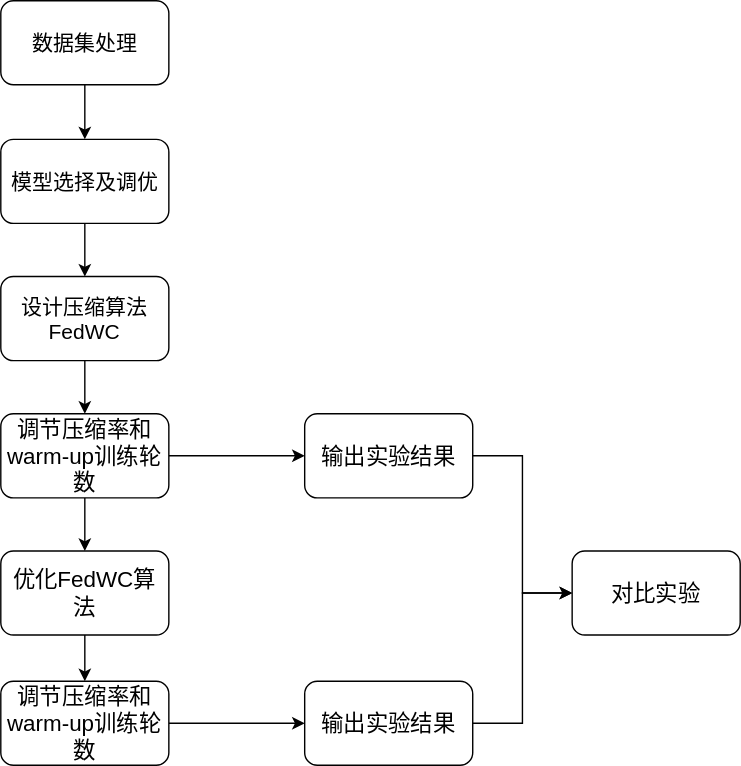
Before: 第一章图.svg, a diagram exported from draw.io (wardseptember/huitu). Source tidied: cells renumbered, new cells last; positions are measured from the earlier drawing's top-left corner, leaving out a move shared by most shapes. Source of this version:
```xml
<mxGraphModel>
  <root>
    <mxCell id="0" />
    <mxCell id="1" parent="0" />
    <mxCell id="2" style="edgeStyle=orthogonalEdgeStyle;rounded=0;jettySize=auto;html=1;exitX=0.5;exitY=1;exitDx=0;exitDy=0;fontSize=15;" parent="1" edge="1" source="3" target="5">
      <mxGeometry relative="1" as="geometry" />
    </mxCell>
    <mxCell id="3" value="&lt;font style=&quot;font-size: 15px&quot;&gt;数据集处理&lt;/font&gt;" style="rounded=1;whiteSpace=wrap;html=1;" parent="1" vertex="1">
      <mxGeometry width="120" height="60" as="geometry" />
    </mxCell>
    <mxCell id="4" style="edgeStyle=orthogonalEdgeStyle;rounded=0;jettySize=auto;html=1;exitX=0.5;exitY=1;exitDx=0;exitDy=0;entryX=0.5;entryY=0;entryDx=0;entryDy=0;fontSize=15;" parent="1" edge="1" source="5" target="7">
      <mxGeometry relative="1" as="geometry" />
    </mxCell>
    <mxCell id="5" value="&lt;font style=&quot;font-size: 15px&quot;&gt;模型选择及调优&lt;/font&gt;" style="rounded=1;whiteSpace=wrap;html=1;" parent="1" vertex="1">
      <mxGeometry y="99" width="120" height="60" as="geometry" />
    </mxCell>
    <mxCell id="6" style="edgeStyle=orthogonalEdgeStyle;rounded=0;jettySize=auto;html=1;fontSize=15;" parent="1" edge="1" source="7" target="10">
      <mxGeometry relative="1" as="geometry" />
    </mxCell>
    <mxCell id="7" value="&lt;span style=&quot;font-size: 15px&quot;&gt;设计压缩算法FedWC&lt;/span&gt;" style="rounded=1;whiteSpace=wrap;html=1;" parent="1" vertex="1">
      <mxGeometry y="197" width="120" height="60" as="geometry" />
    </mxCell>
    <mxCell id="8" style="edgeStyle=orthogonalEdgeStyle;rounded=0;jettySize=auto;html=1;exitX=0.5;exitY=1;exitDx=0;exitDy=0;entryX=0.5;entryY=0;entryDx=0;entryDy=0;fontSize=15;" parent="1" edge="1" source="10" target="12">
      <mxGeometry relative="1" as="geometry" />
    </mxCell>
    <mxCell id="9" style="edgeStyle=orthogonalEdgeStyle;rounded=0;jettySize=auto;html=1;exitX=1;exitY=0.5;exitDx=0;exitDy=0;entryX=0;entryY=0.5;entryDx=0;entryDy=0;fontSize=15;" parent="1" edge="1" source="10" target="18">
      <mxGeometry relative="1" as="geometry" />
    </mxCell>
    <mxCell id="10" value="&lt;font size=&quot;3&quot;&gt;调节压缩率和warm-up训练轮数&lt;/font&gt;" style="whiteSpace=wrap;html=1;rounded=1;" parent="1" vertex="1">
      <mxGeometry y="295" width="120" height="60" as="geometry" />
    </mxCell>
    <mxCell id="11" style="edgeStyle=orthogonalEdgeStyle;rounded=0;jettySize=auto;html=1;exitX=0.5;exitY=1;exitDx=0;exitDy=0;fontSize=15;" parent="1" edge="1" source="12" target="14">
      <mxGeometry relative="1" as="geometry" />
    </mxCell>
    <mxCell id="12" value="&lt;font size=&quot;3&quot;&gt;优化FedWC算法&lt;/font&gt;" style="whiteSpace=wrap;html=1;rounded=1;" parent="1" vertex="1">
      <mxGeometry y="393" width="120" height="60" as="geometry" />
    </mxCell>
    <mxCell id="13" style="edgeStyle=orthogonalEdgeStyle;rounded=0;jettySize=auto;html=1;exitX=1;exitY=0.5;exitDx=0;exitDy=0;fontSize=15;" parent="1" edge="1" source="14" target="16">
      <mxGeometry relative="1" as="geometry" />
    </mxCell>
    <mxCell id="14" value="&lt;font size=&quot;3&quot;&gt;调节压缩率和warm-up训练轮数&lt;/font&gt;" style="whiteSpace=wrap;html=1;rounded=1;" parent="1" vertex="1">
      <mxGeometry y="486" width="120" height="60" as="geometry" />
    </mxCell>
    <mxCell id="15" style="edgeStyle=orthogonalEdgeStyle;rounded=0;jettySize=auto;html=1;exitX=1;exitY=0.5;exitDx=0;exitDy=0;entryX=0;entryY=0.5;entryDx=0;entryDy=0;fontSize=15;" parent="1" edge="1" source="16" target="19">
      <mxGeometry relative="1" as="geometry" />
    </mxCell>
    <mxCell id="16" value="&lt;font size=&quot;3&quot;&gt;输出实验结果&lt;/font&gt;" style="whiteSpace=wrap;html=1;rounded=1;" parent="1" vertex="1">
      <mxGeometry x="217" y="486" width="120" height="60" as="geometry" />
    </mxCell>
    <mxCell id="17" style="edgeStyle=orthogonalEdgeStyle;rounded=0;jettySize=auto;html=1;exitX=1;exitY=0.5;exitDx=0;exitDy=0;entryX=0;entryY=0.5;entryDx=0;entryDy=0;fontSize=15;" parent="1" edge="1" source="18" target="19">
      <mxGeometry relative="1" as="geometry" />
    </mxCell>
    <mxCell id="18" value="&lt;font size=&quot;3&quot;&gt;输出实验结果&lt;/font&gt;" style="whiteSpace=wrap;html=1;rounded=1;" parent="1" vertex="1">
      <mxGeometry x="217" y="295" width="120" height="60" as="geometry" />
    </mxCell>
    <mxCell id="19" value="&lt;font size=&quot;3&quot;&gt;对比实验&lt;/font&gt;" style="whiteSpace=wrap;html=1;rounded=1;" parent="1" vertex="1">
      <mxGeometry x="408" y="393" width="120" height="60" as="geometry" />
    </mxCell>
  </root>
</mxGraphModel>
```
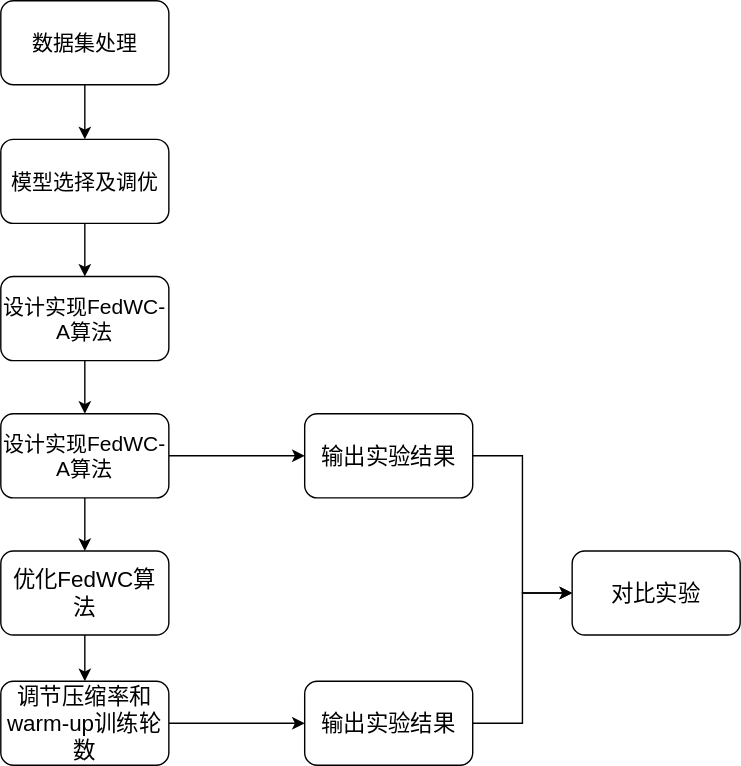
The same file after the commit.

Change to the diagram source:
```diff
@@ -17,7 +17,7 @@
     <mxCell id="6" style="edgeStyle=orthogonalEdgeStyle;rounded=0;jettySize=auto;html=1;fontSize=15;" parent="1" edge="1" source="7" target="10">
       <mxGeometry relative="1" as="geometry" />
     </mxCell>
-    <mxCell id="7" value="&lt;span style=&quot;font-size: 15px&quot;&gt;设计压缩算法FedWC&lt;/span&gt;" style="rounded=1;whiteSpace=wrap;html=1;" parent="1" vertex="1">
+    <mxCell id="7" value="&lt;span style=&quot;font-size: 15px&quot;&gt;设计实现FedWC-A算法&lt;/span&gt;" style="rounded=1;whiteSpace=wrap;html=1;" parent="1" vertex="1">
       <mxGeometry y="197" width="120" height="60" as="geometry" />
     </mxCell>
     <mxCell id="8" style="edgeStyle=orthogonalEdgeStyle;rounded=0;jettySize=auto;html=1;exitX=0.5;exitY=1;exitDx=0;exitDy=0;entryX=0.5;entryY=0;entryDx=0;entryDy=0;fontSize=15;" parent="1" edge="1" source="10" target="12">
@@ -26,7 +26,7 @@
     <mxCell id="9" style="edgeStyle=orthogonalEdgeStyle;rounded=0;jettySize=auto;html=1;exitX=1;exitY=0.5;exitDx=0;exitDy=0;entryX=0;entryY=0.5;entryDx=0;entryDy=0;fontSize=15;" parent="1" edge="1" source="10" target="18">
       <mxGeometry relative="1" as="geometry" />
     </mxCell>
-    <mxCell id="10" value="&lt;font size=&quot;3&quot;&gt;调节压缩率和warm-up训练轮数&lt;/font&gt;" style="whiteSpace=wrap;html=1;rounded=1;" parent="1" vertex="1">
+    <mxCell id="10" value="&lt;span style=&quot;font-size: 15px&quot;&gt;设计实现FedWC-A算法&lt;/span&gt;" style="whiteSpace=wrap;html=1;rounded=1;" parent="1" vertex="1">
       <mxGeometry y="295" width="120" height="60" as="geometry" />
     </mxCell>
     <mxCell id="11" style="edgeStyle=orthogonalEdgeStyle;rounded=0;jettySize=auto;html=1;exitX=0.5;exitY=1;exitDx=0;exitDy=0;fontSize=15;" parent="1" edge="1" source="12" target="14">
```
